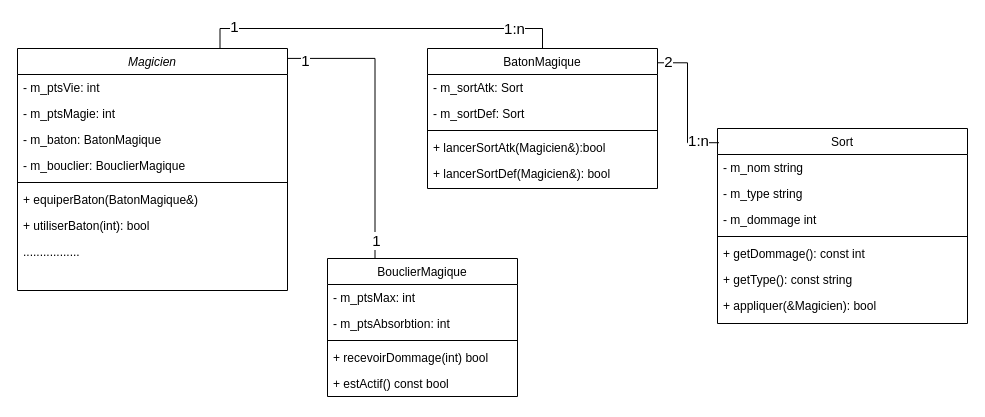
The draw.io diagram Diagramme.drawio in Izocel/tp1-formatif, before the edit. Source tidied: cells renumbered, new cells numbered last; positions are measured from the earlier drawing's top-left corner, leaving out a move shared by most shapes. Both pictures are drawn from the tidied source at 100%, with x=0, y=0 at pixel (17, 48).
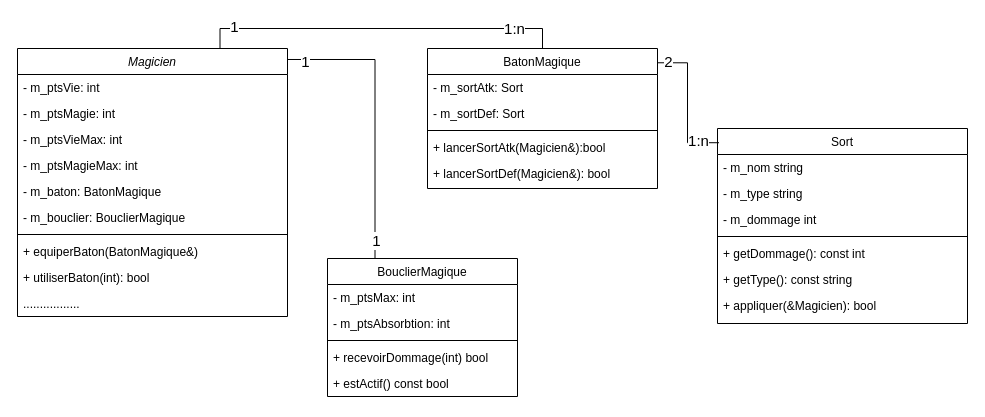
Above is the later version.

The edit, as a diff of the source:
```diff
@@
     <mxCell id="5" value="Magicien" style="swimlane;fontStyle=2;align=center;verticalAlign=top;horizontal=1;startSize=26;rounded=0;shadow=0;strokeWidth=1;" parent="1" vertex="1">
-      <mxGeometry width="270" height="242" as="geometry" />
+      <mxGeometry width="270" height="268" as="geometry" />
     </mxCell>
@@
+    <mxCell id="40" value="- m_ptsVieMax: int" style="text;align=left;verticalAlign=top;spacingLeft=4;spacingRight=4;overflow=hidden;rounded=0;shadow=0;html=0;" parent="5" vertex="1">
+      <mxGeometry y="78" width="270" height="26" as="geometry" />
+    </mxCell>
+    <mxCell id="41" value="- m_ptsMagieMax: int" style="text;align=left;verticalAlign=top;spacingLeft=4;spacingRight=4;overflow=hidden;rounded=0;shadow=0;html=0;" parent="5" vertex="1">
+      <mxGeometry y="104" width="270" height="26" as="geometry" />
+    </mxCell>
     <mxCell id="8" value="- m_baton: BatonMagique" style="text;align=left;verticalAlign=top;spacingLeft=4;spacingRight=4;overflow=hidden;rounded=0;shadow=0;html=0;" parent="5" vertex="1">
-      <mxGeometry y="78" width="270" height="26" as="geometry" />
+      <mxGeometry y="130" width="270" height="26" as="geometry" />
     </mxCell>
     <mxCell id="9" value="- m_bouclier: BouclierMagique" style="text;align=left;verticalAlign=top;spacingLeft=4;spacingRight=4;overflow=hidden;rounded=0;shadow=0;html=0;" parent="5" vertex="1">
-      <mxGeometry y="104" width="270" height="26" as="geometry" />
+      <mxGeometry y="156" width="270" height="26" as="geometry" />
     </mxCell>
     <mxCell id="10" style="line;html=1;strokeWidth=1;align=left;verticalAlign=middle;spacingTop=-1;spacingLeft=3;spacingRight=3;labelPosition=right;" parent="5" vertex="1">
-      <mxGeometry y="130" width="270" height="8" as="geometry" />
+      <mxGeometry y="182" width="270" height="8" as="geometry" />
     </mxCell>
     <mxCell id="11" value="+ equiperBaton(BatonMagique&amp;)" style="text;align=left;verticalAlign=top;spacingLeft=4;spacingRight=4;overflow=hidden;" parent="5" vertex="1">
-      <mxGeometry y="138" width="270" height="26" as="geometry" />
+      <mxGeometry y="190" width="270" height="26" as="geometry" />
     </mxCell>
     <mxCell id="12" value="+ utiliserBaton(int): bool" style="text;align=left;verticalAlign=top;spacingLeft=4;spacingRight=4;overflow=hidden;" parent="5" vertex="1">
-      <mxGeometry y="164" width="270" height="26" as="geometry" />
+      <mxGeometry y="216" width="270" height="26" as="geometry" />
     </mxCell>
     <mxCell id="13" value="................." style="text;align=left;verticalAlign=top;spacingLeft=4;spacingRight=4;overflow=hidden;" parent="5" vertex="1">
-      <mxGeometry y="190" width="270" height="26" as="geometry" />
+      <mxGeometry y="242" width="270" height="26" as="geometry" />
     </mxCell>
```
